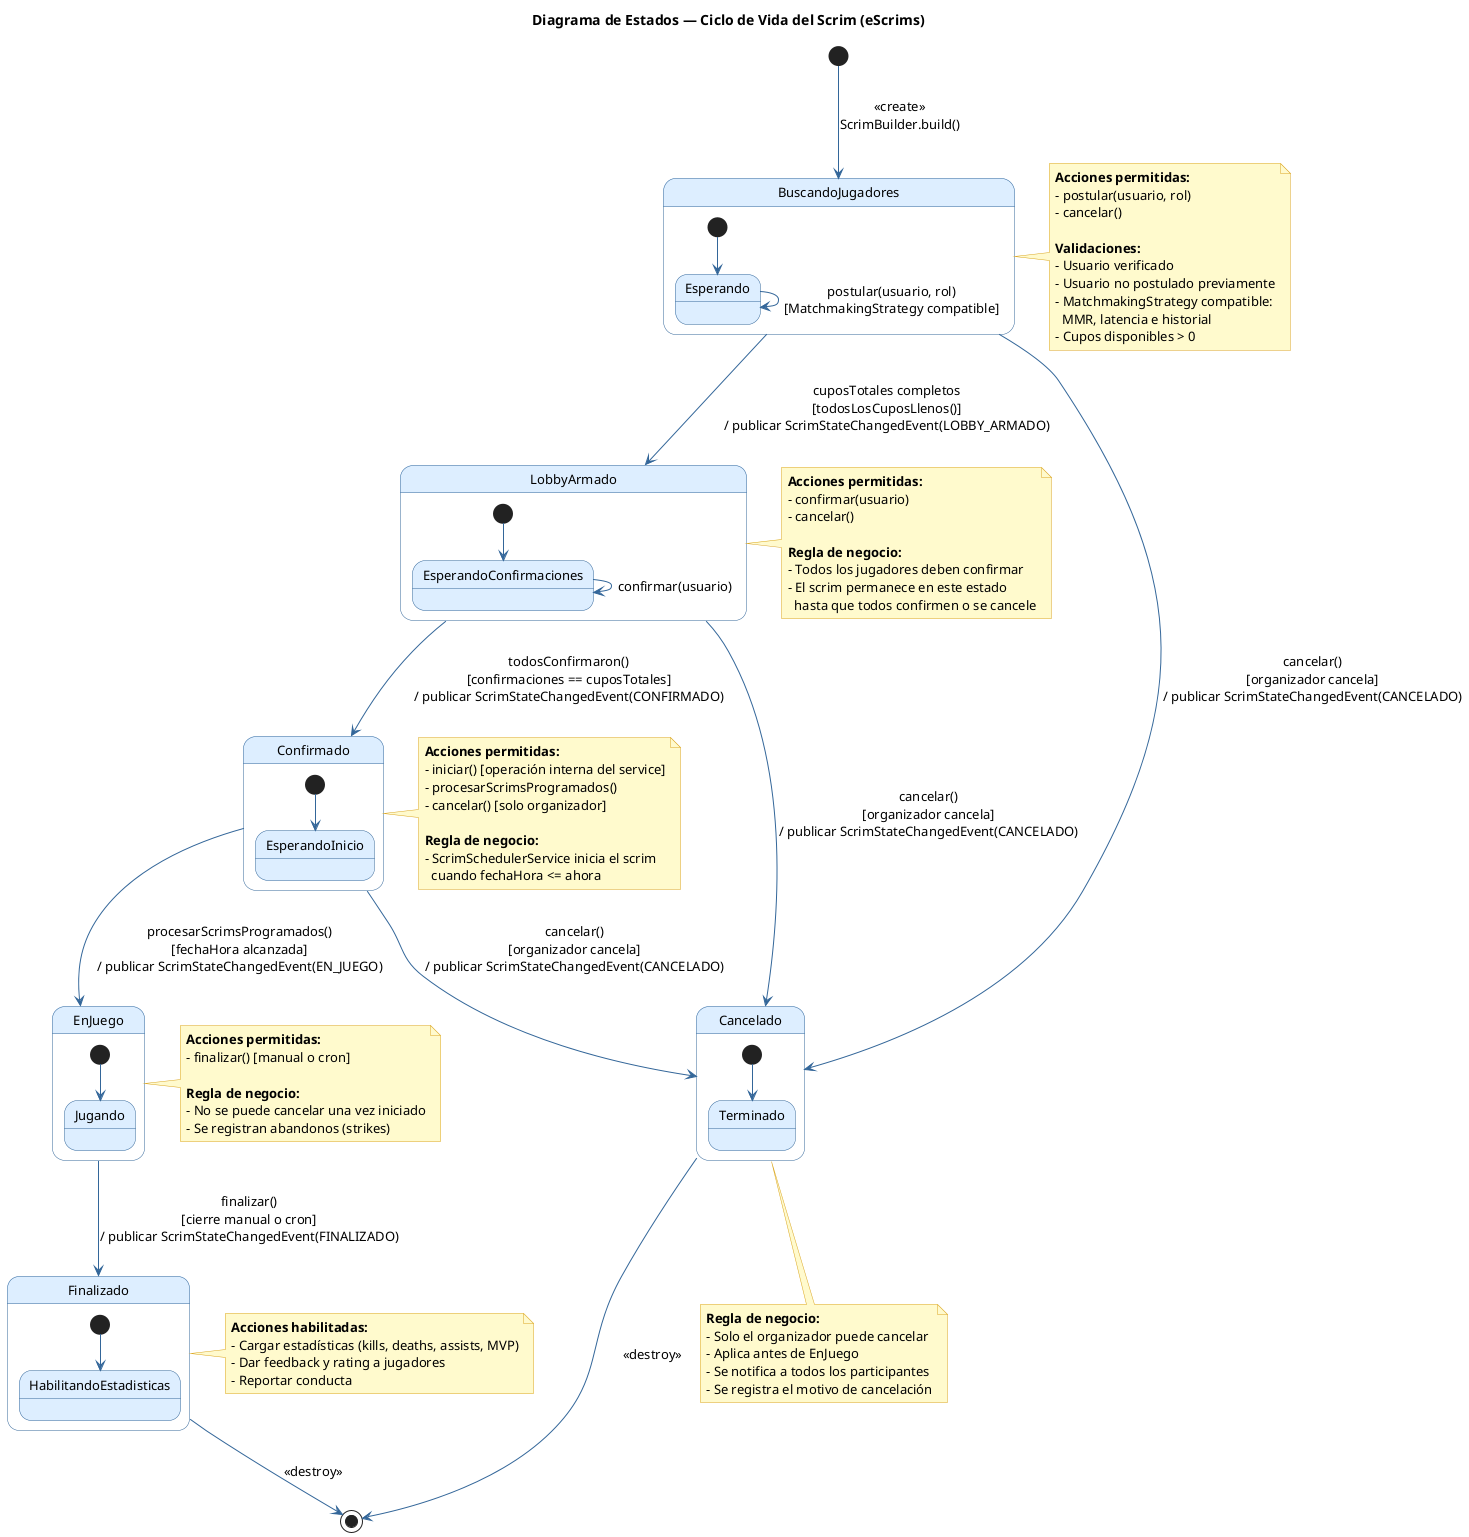
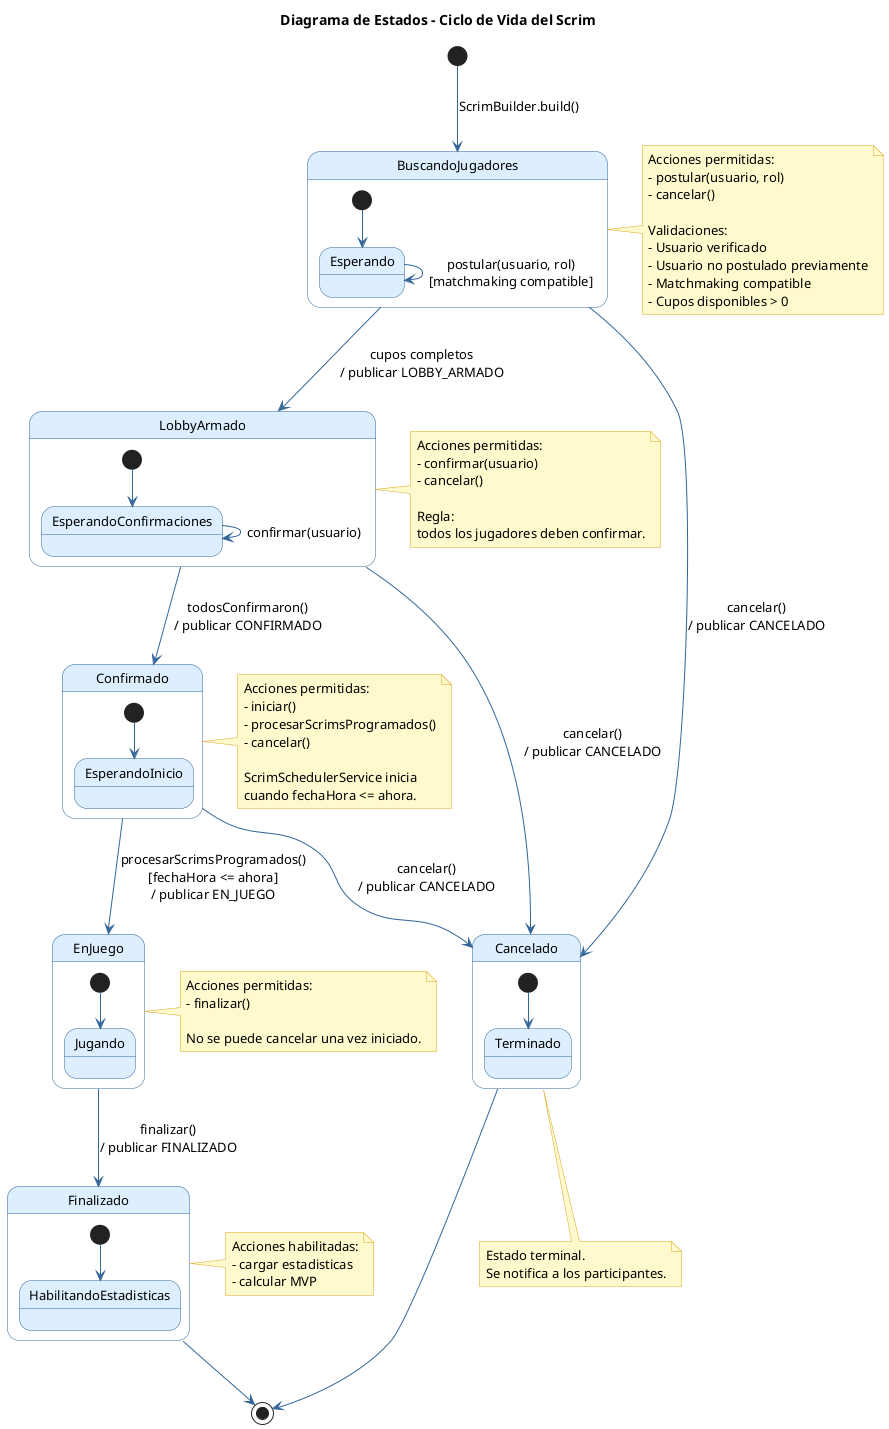
- @startuml eScrims - Diagrama de Estados del Scrim
- 
+ @startuml
skinparam stateFontSize 13
skinparam stateBackgroundColor #DDEEFF
skinparam stateBorderColor #336699
skinparam arrowColor #336699
skinparam noteBackgroundColor #FFFACD
skinparam noteBorderColor #DAA520

- title Diagrama de Estados — Ciclo de Vida del Scrim (eScrims)
+ title Diagrama de Estados - Ciclo de Vida del Scrim

- [*] --> BuscandoJugadores : <<create>>\nScrimBuilder.build()
+ [*] --> BuscandoJugadores : ScrimBuilder.build()

state BuscandoJugadores {
    [*] --> Esperando
-     Esperando --> Esperando : postular(usuario, rol)\n[MatchmakingStrategy compatible]
+     Esperando --> Esperando : postular(usuario, rol)\n[matchmaking compatible]
}

state LobbyArmado {
    [*] --> EsperandoConfirmaciones
    EsperandoConfirmaciones --> EsperandoConfirmaciones : confirmar(usuario)
}

state Confirmado {
    [*] --> EsperandoInicio
}

state EnJuego {
    [*] --> Jugando
}

state Finalizado {
    [*] --> HabilitandoEstadisticas
}

state Cancelado {
    [*] --> Terminado
}

- BuscandoJugadores --> LobbyArmado : cuposTotales completos\n[todosLosCuposLlenos()]\n/ publicar ScrimStateChangedEvent(LOBBY_ARMADO)
+ BuscandoJugadores --> LobbyArmado : cupos completos\n/ publicar LOBBY_ARMADO
+ BuscandoJugadores --> Cancelado : cancelar()\n/ publicar CANCELADO
+ LobbyArmado --> Confirmado : todosConfirmaron()\n/ publicar CONFIRMADO
+ LobbyArmado --> Cancelado : cancelar()\n/ publicar CANCELADO
+ Confirmado --> EnJuego : procesarScrimsProgramados()\n[fechaHora <= ahora]\n/ publicar EN_JUEGO
+ Confirmado --> Cancelado : cancelar()\n/ publicar CANCELADO
+ EnJuego --> Finalizado : finalizar()\n/ publicar FINALIZADO

- BuscandoJugadores --> Cancelado : cancelar()\n[organizador cancela]\n/ publicar ScrimStateChangedEvent(CANCELADO)
- 
- LobbyArmado --> Confirmado : todosConfirmaron()\n[confirmaciones == cuposTotales]\n/ publicar ScrimStateChangedEvent(CONFIRMADO)
- 
- LobbyArmado --> Cancelado : cancelar()\n[organizador cancela]\n/ publicar ScrimStateChangedEvent(CANCELADO)
- 
- Confirmado --> EnJuego : procesarScrimsProgramados()\n[fechaHora alcanzada]\n/ publicar ScrimStateChangedEvent(EN_JUEGO)
- 
- Confirmado --> Cancelado : cancelar()\n[organizador cancela]\n/ publicar ScrimStateChangedEvent(CANCELADO)
- 
- EnJuego --> Finalizado : finalizar()\n[cierre manual o cron]\n/ publicar ScrimStateChangedEvent(FINALIZADO)
- 
- Finalizado --> [*] : <<destroy>>
- Cancelado --> [*] : <<destroy>>
+ Finalizado --> [*]
+ Cancelado --> [*]

note right of BuscandoJugadores
-   **Acciones permitidas:**
+   Acciones permitidas:
  - postular(usuario, rol)
  - cancelar()

-   **Validaciones:**
+   Validaciones:
  - Usuario verificado
  - Usuario no postulado previamente
-   - MatchmakingStrategy compatible:
-     MMR, latencia e historial
+   - Matchmaking compatible
  - Cupos disponibles > 0
end note

note right of LobbyArmado
-   **Acciones permitidas:**
+   Acciones permitidas:
  - confirmar(usuario)
  - cancelar()

-   **Regla de negocio:**
-   - Todos los jugadores deben confirmar
-   - El scrim permanece en este estado
-     hasta que todos confirmen o se cancele
+   Regla:
+   todos los jugadores deben confirmar.
end note

note right of Confirmado
-   **Acciones permitidas:**
-   - iniciar() [operación interna del service]
+   Acciones permitidas:
+   - iniciar()
  - procesarScrimsProgramados()
-   - cancelar() [solo organizador]
+   - cancelar()

-   **Regla de negocio:**
-   - ScrimSchedulerService inicia el scrim
-     cuando fechaHora <= ahora
+   ScrimSchedulerService inicia
+   cuando fechaHora <= ahora.
end note

note right of EnJuego
-   **Acciones permitidas:**
-   - finalizar() [manual o cron]
+   Acciones permitidas:
+   - finalizar()

-   **Regla de negocio:**
-   - No se puede cancelar una vez iniciado
-   - Se registran abandonos (strikes)
+   No se puede cancelar una vez iniciado.
end note

note right of Finalizado
-   **Acciones habilitadas:**
-   - Cargar estadísticas (kills, deaths, assists, MVP)
-   - Dar feedback y rating a jugadores
-   - Reportar conducta
+   Acciones habilitadas:
+   - cargar estadisticas
+   - calcular MVP
end note

note bottom of Cancelado
-   **Regla de negocio:**
-   - Solo el organizador puede cancelar
-   - Aplica antes de EnJuego
-   - Se notifica a todos los participantes
-   - Se registra el motivo de cancelación
+   Estado terminal.
+   Se notifica a los participantes.
end note

@enduml
